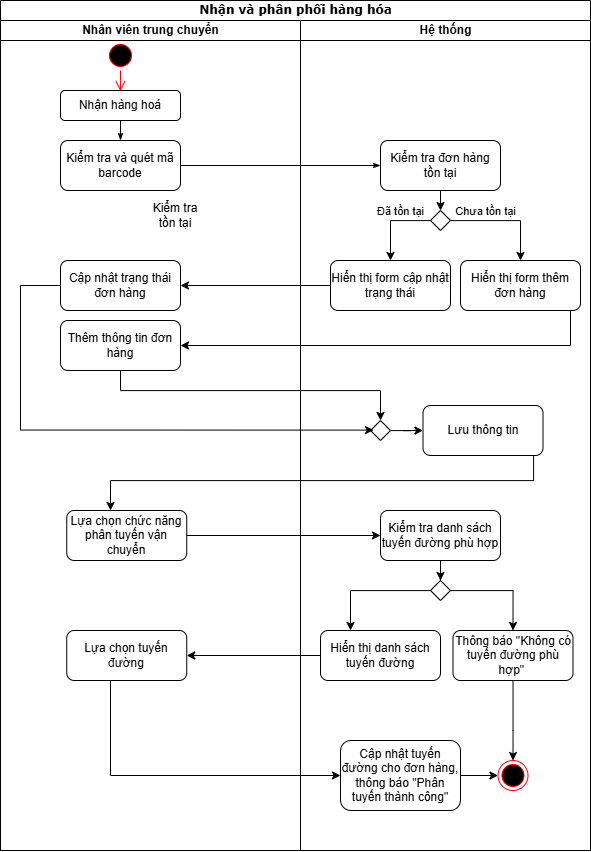
Earlier version of the draw.io export Activity Diagram/AD nhận và phân phối hàng hóa (ref).png (IT3120-Phan-tich-va-thi-t-k-h-th-ng/BTL). Source tidied: cells renumbered, new cells last; positions are measured from the earlier drawing's top-left corner, leaving out a move shared by most shapes. Its diagram source:
```xml
<mxGraphModel>
  <root>
    <mxCell id="0" />
    <mxCell id="1" parent="0" />
    <mxCell id="2" value="Nhận và phân phối hàng hóa" style="swimlane;html=1;startSize=20;rounded=0;shadow=0;comic=0;labelBackgroundColor=none;strokeWidth=1;fontFamily=Verdana;fontSize=12;align=center;" parent="1" vertex="1">
      <mxGeometry width="590" height="850" as="geometry" />
    </mxCell>
    <mxCell id="3" style="edgeStyle=none;rounded=0;html=1;labelBackgroundColor=none;startArrow=none;startFill=0;startSize=5;endArrow=classicThin;endFill=1;endSize=5;jettySize=auto;strokeWidth=1;fontFamily=Verdana;fontSize=12;exitX=1;exitY=0.5;exitDx=0;exitDy=0;entryX=0;entryY=0.5;entryDx=0;entryDy=0;" parent="2" edge="1" source="10" target="17">
      <mxGeometry relative="1" as="geometry" />
    </mxCell>
    <mxCell id="4" value="Nhân viên trung chuyển" style="swimlane;html=1;startSize=20;" parent="2" vertex="1">
      <mxGeometry y="20" width="300" height="830" as="geometry" />
    </mxCell>
    <mxCell id="5" style="ellipse;html=1;shape=startState;fillColor=#000000;strokeColor=#ff0000;" parent="4" vertex="1">
      <mxGeometry x="105" y="20" width="30" height="30" as="geometry" />
    </mxCell>
    <mxCell id="6" style="edgeStyle=orthogonalEdgeStyle;html=1;verticalAlign=bottom;endArrow=open;endSize=8;strokeColor=#ff0000;rounded=0;entryX=0.499;entryY=0.025;entryDx=0;entryDy=0;entryPerimeter=0;" parent="4" edge="1" source="5" target="9">
      <mxGeometry relative="1" as="geometry" />
    </mxCell>
    <mxCell id="7" style="edgeStyle=none;rounded=0;html=1;labelBackgroundColor=none;startArrow=none;startFill=0;startSize=5;endArrow=classicThin;endFill=1;endSize=5;jettySize=auto;strokeWidth=1;fontFamily=Verdana;fontSize=12;entryX=0.5;entryY=0;entryDx=0;entryDy=0;exitX=0.5;exitY=1;exitDx=0;exitDy=0;" parent="4" edge="1" source="9" target="10">
      <mxGeometry relative="1" as="geometry" />
    </mxCell>
    <mxCell id="8" value="Kiểm tra tồn tại" style="text;html=1;align=center;verticalAlign=middle;whiteSpace=wrap;rounded=0;" parent="4" vertex="1">
      <mxGeometry x="145" y="180" width="60" height="30" as="geometry" />
    </mxCell>
    <mxCell id="9" value="Nhận hàng hoá" style="rounded=1;whiteSpace=wrap;html=1;" parent="4" vertex="1">
      <mxGeometry x="60" y="70" width="120" height="30" as="geometry" />
    </mxCell>
    <mxCell id="10" value="Kiểm tra và quét mã barcode" style="rounded=1;whiteSpace=wrap;html=1;" parent="4" vertex="1">
      <mxGeometry x="60" y="120" width="120" height="50" as="geometry" />
    </mxCell>
    <mxCell id="11" value="Cập nhật trạng thái đơn hàng" style="rounded=1;whiteSpace=wrap;html=1;" parent="4" vertex="1">
      <mxGeometry x="60" y="240" width="120" height="50" as="geometry" />
    </mxCell>
    <mxCell id="12" value="Thêm thông tin đơn hàng" style="rounded=1;whiteSpace=wrap;html=1;" parent="4" vertex="1">
      <mxGeometry x="60" y="300" width="120" height="50" as="geometry" />
    </mxCell>
    <mxCell id="13" value="Lựa chọn chức năng phân tuyến vận chuyển" style="rounded=1;whiteSpace=wrap;html=1;" parent="4" vertex="1">
      <mxGeometry x="66.2" y="490" width="120" height="50" as="geometry" />
    </mxCell>
    <mxCell id="14" value="Lựa chọn tuyến đường" style="rounded=1;whiteSpace=wrap;html=1;" parent="4" vertex="1">
      <mxGeometry x="66.2" y="610" width="120" height="50" as="geometry" />
    </mxCell>
    <mxCell id="15" value="Hệ thống" style="swimlane;html=1;startSize=20;" parent="2" vertex="1">
      <mxGeometry x="300" y="20" width="290" height="830" as="geometry" />
    </mxCell>
    <mxCell id="16" style="ellipse;html=1;shape=endState;fillColor=#000000;strokeColor=#ff0000;" parent="15" vertex="1">
      <mxGeometry x="197.5" y="740" width="30" height="30" as="geometry" />
    </mxCell>
    <mxCell id="17" value="Kiểm tra đơn hàng tồn tại" style="rounded=1;whiteSpace=wrap;html=1;" parent="15" vertex="1">
      <mxGeometry x="80" y="120" width="120" height="50" as="geometry" />
    </mxCell>
    <mxCell id="18" style="edgeStyle=orthogonalEdgeStyle;rounded=0;jettySize=auto;html=1;entryX=0.5;entryY=0;entryDx=0;entryDy=0;" parent="15" edge="1" source="22" target="24">
      <mxGeometry relative="1" as="geometry">
        <Array as="points">
          <mxPoint x="90" y="200" />
        </Array>
      </mxGeometry>
    </mxCell>
    <mxCell id="19" value="Đã tồn tại" style="edgeLabel;html=1;align=center;verticalAlign=middle;" parent="18" vertex="1">
      <mxGeometry x="-0.17" y="-1" relative="1" as="geometry">
        <mxPoint x="2" y="-9" as="offset" />
      </mxGeometry>
    </mxCell>
    <mxCell id="20" style="edgeStyle=orthogonalEdgeStyle;rounded=0;jettySize=auto;html=1;entryX=0.5;entryY=0;entryDx=0;entryDy=0;" parent="15" edge="1" source="22" target="25">
      <mxGeometry relative="1" as="geometry" />
    </mxCell>
    <mxCell id="21" value="Chưa tồn tại" style="edgeLabel;html=1;align=center;verticalAlign=middle;" parent="20" vertex="1">
      <mxGeometry x="-0.38" y="1" relative="1" as="geometry">
        <mxPoint y="-9" as="offset" />
      </mxGeometry>
    </mxCell>
    <mxCell id="22" style="rhombus;whiteSpace=wrap;html=1;" parent="15" vertex="1">
      <mxGeometry x="130" y="190" width="20" height="20" as="geometry" />
    </mxCell>
    <mxCell id="23" style="edgeStyle=orthogonalEdgeStyle;rounded=0;jettySize=auto;html=1;entryX=0.485;entryY=0.029;entryDx=0;entryDy=0;entryPerimeter=0;" parent="15" edge="1" source="17" target="22">
      <mxGeometry relative="1" as="geometry" />
    </mxCell>
    <mxCell id="24" value="Hiển thị form cập nhật trạng thái" style="rounded=1;whiteSpace=wrap;html=1;" parent="15" vertex="1">
      <mxGeometry x="30" y="240" width="120" height="50" as="geometry" />
    </mxCell>
    <mxCell id="25" value="Hiển thị form thêm đơn hàng" style="rounded=1;whiteSpace=wrap;html=1;" parent="15" vertex="1">
      <mxGeometry x="160" y="240" width="120" height="50" as="geometry" />
    </mxCell>
    <mxCell id="26" style="edgeStyle=orthogonalEdgeStyle;rounded=0;jettySize=auto;html=1;entryX=0;entryY=0.5;entryDx=0;entryDy=0;" parent="15" edge="1" source="27" target="28">
      <mxGeometry relative="1" as="geometry" />
    </mxCell>
    <mxCell id="27" style="rhombus;whiteSpace=wrap;html=1;" parent="15" vertex="1">
      <mxGeometry x="70" y="400" width="20" height="20" as="geometry" />
    </mxCell>
    <mxCell id="28" value="Lưu thông tin" style="rounded=1;whiteSpace=wrap;html=1;" parent="15" vertex="1">
      <mxGeometry x="122.5" y="385" width="120" height="50" as="geometry" />
    </mxCell>
    <mxCell id="29" style="edgeStyle=orthogonalEdgeStyle;rounded=0;jettySize=auto;html=1;entryX=0.5;entryY=0;entryDx=0;entryDy=0;" parent="15" edge="1" source="30" target="33">
      <mxGeometry relative="1" as="geometry" />
    </mxCell>
    <mxCell id="30" value="Kiểm tra danh sách tuyến đường phù hợp" style="rounded=1;whiteSpace=wrap;html=1;" parent="15" vertex="1">
      <mxGeometry x="80" y="490" width="120" height="50" as="geometry" />
    </mxCell>
    <mxCell id="31" style="edgeStyle=orthogonalEdgeStyle;rounded=0;jettySize=auto;html=1;entryX=0.25;entryY=0;entryDx=0;entryDy=0;" parent="15" edge="1" source="33" target="34">
      <mxGeometry relative="1" as="geometry">
        <Array as="points">
          <mxPoint x="50" y="570" />
        </Array>
      </mxGeometry>
    </mxCell>
    <mxCell id="32" style="edgeStyle=orthogonalEdgeStyle;rounded=0;jettySize=auto;html=1;entryX=0.5;entryY=0;entryDx=0;entryDy=0;" parent="15" edge="1" source="33" target="36">
      <mxGeometry relative="1" as="geometry" />
    </mxCell>
    <mxCell id="33" style="rhombus;whiteSpace=wrap;html=1;" parent="15" vertex="1">
      <mxGeometry x="130" y="560" width="20" height="20" as="geometry" />
    </mxCell>
    <mxCell id="34" value="Hiển thị danh sách tuyến đường" style="rounded=1;whiteSpace=wrap;html=1;" parent="15" vertex="1">
      <mxGeometry x="20" y="610" width="120" height="50" as="geometry" />
    </mxCell>
    <mxCell id="35" style="edgeStyle=orthogonalEdgeStyle;rounded=0;jettySize=auto;html=1;entryX=0.5;entryY=0;entryDx=0;entryDy=0;" parent="15" edge="1" source="36" target="16">
      <mxGeometry relative="1" as="geometry">
        <Array as="points">
          <mxPoint x="213" y="710" />
          <mxPoint x="213" y="710" />
        </Array>
      </mxGeometry>
    </mxCell>
    <mxCell id="36" value="Thông báo &quot;Không có tuyến đường phù hợp&quot;&amp;nbsp;" style="rounded=1;whiteSpace=wrap;html=1;" parent="15" vertex="1">
      <mxGeometry x="152.5" y="610" width="120" height="50" as="geometry" />
    </mxCell>
    <mxCell id="37" style="edgeStyle=orthogonalEdgeStyle;rounded=0;jettySize=auto;html=1;entryX=0;entryY=0.5;entryDx=0;entryDy=0;" parent="15" edge="1" source="38" target="16">
      <mxGeometry relative="1" as="geometry" />
    </mxCell>
    <mxCell id="38" value="Cập nhật tuyến đường cho đơn hàng, thông báo &quot;Phân tuyến thành công&quot;" style="rounded=1;whiteSpace=wrap;html=1;" parent="15" vertex="1">
      <mxGeometry x="40" y="720" width="120" height="70" as="geometry" />
    </mxCell>
    <mxCell id="39" style="edgeStyle=orthogonalEdgeStyle;rounded=0;jettySize=auto;html=1;entryX=1;entryY=0.5;entryDx=0;entryDy=0;" parent="2" edge="1" source="24" target="11">
      <mxGeometry relative="1" as="geometry" />
    </mxCell>
    <mxCell id="40" style="edgeStyle=orthogonalEdgeStyle;rounded=0;jettySize=auto;html=1;entryX=1;entryY=0.5;entryDx=0;entryDy=0;" parent="2" edge="1" source="25" target="12">
      <mxGeometry relative="1" as="geometry">
        <Array as="points">
          <mxPoint x="570" y="345" />
        </Array>
      </mxGeometry>
    </mxCell>
    <mxCell id="41" style="edgeStyle=orthogonalEdgeStyle;rounded=0;jettySize=auto;html=1;entryX=0.153;entryY=0.48;entryDx=0;entryDy=0;entryPerimeter=0;" parent="2" edge="1" source="11" target="27">
      <mxGeometry relative="1" as="geometry">
        <Array as="points">
          <mxPoint x="20" y="285" />
          <mxPoint x="20" y="430" />
        </Array>
      </mxGeometry>
    </mxCell>
    <mxCell id="42" style="edgeStyle=orthogonalEdgeStyle;rounded=0;jettySize=auto;html=1;entryX=0.5;entryY=0;entryDx=0;entryDy=0;" parent="2" edge="1" source="12" target="27">
      <mxGeometry relative="1" as="geometry">
        <Array as="points">
          <mxPoint x="120" y="390" />
          <mxPoint x="380" y="390" />
        </Array>
      </mxGeometry>
    </mxCell>
    <mxCell id="43" style="edgeStyle=orthogonalEdgeStyle;rounded=0;jettySize=auto;html=1;" parent="2" edge="1" source="28">
      <mxGeometry relative="1" as="geometry">
        <mxPoint x="110" y="510" as="targetPoint" />
        <Array as="points">
          <mxPoint x="533" y="480" />
          <mxPoint x="110" y="480" />
        </Array>
      </mxGeometry>
    </mxCell>
    <mxCell id="44" style="edgeStyle=orthogonalEdgeStyle;rounded=0;jettySize=auto;html=1;entryX=0;entryY=0.5;entryDx=0;entryDy=0;" parent="2" edge="1" source="13" target="30">
      <mxGeometry relative="1" as="geometry" />
    </mxCell>
    <mxCell id="45" style="edgeStyle=orthogonalEdgeStyle;rounded=0;jettySize=auto;html=1;entryX=1;entryY=0.5;entryDx=0;entryDy=0;" parent="2" edge="1" source="34" target="14">
      <mxGeometry relative="1" as="geometry" />
    </mxCell>
    <mxCell id="46" style="edgeStyle=orthogonalEdgeStyle;rounded=0;jettySize=auto;html=1;entryX=0;entryY=0.5;entryDx=0;entryDy=0;" parent="2" edge="1" source="14" target="38">
      <mxGeometry relative="1" as="geometry">
        <Array as="points">
          <mxPoint x="110" y="775" />
        </Array>
      </mxGeometry>
    </mxCell>
  </root>
</mxGraphModel>
```
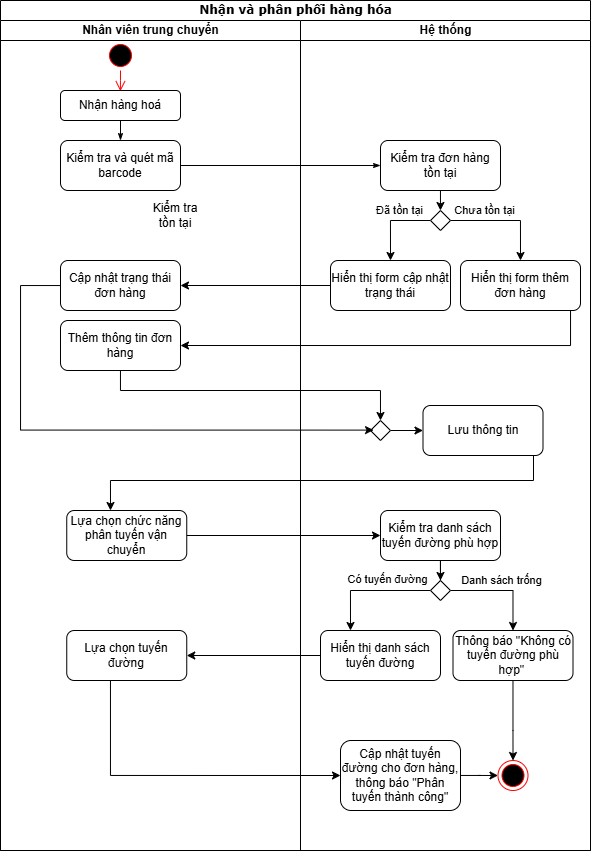
Above is the later version.

Commit message:
lorem ipsum

Diff of the diagram source:
```diff
@@ -107,6 +107,11 @@
     <mxCell id="32" style="edgeStyle=orthogonalEdgeStyle;rounded=0;jettySize=auto;html=1;entryX=0.5;entryY=0;entryDx=0;entryDy=0;" parent="15" edge="1" source="33" target="36">
       <mxGeometry relative="1" as="geometry" />
     </mxCell>
+    <mxCell id="47" value="Danh sách trống" style="edgeLabel;html=1;align=center;verticalAlign=middle;" parent="32" vertex="1">
+      <mxGeometry x="-0.51" y="2" relative="1" as="geometry">
+        <mxPoint x="25" y="-8" as="offset" />
+      </mxGeometry>
+    </mxCell>
     <mxCell id="33" style="rhombus;whiteSpace=wrap;html=1;" parent="15" vertex="1">
       <mxGeometry x="130" y="560" width="20" height="20" as="geometry" />
     </mxCell>
@@ -178,5 +183,10 @@
         </Array>
       </mxGeometry>
     </mxCell>
+    <mxCell id="48" value="Có tuyến đường" style="edgeLabel;html=1;align=center;verticalAlign=middle;" parent="1" vertex="1">
+      <mxGeometry x="500" y="570" as="geometry">
+        <mxPoint x="-113" y="9" as="offset" />
+      </mxGeometry>
+    </mxCell>
   </root>
 </mxGraphModel>
```
